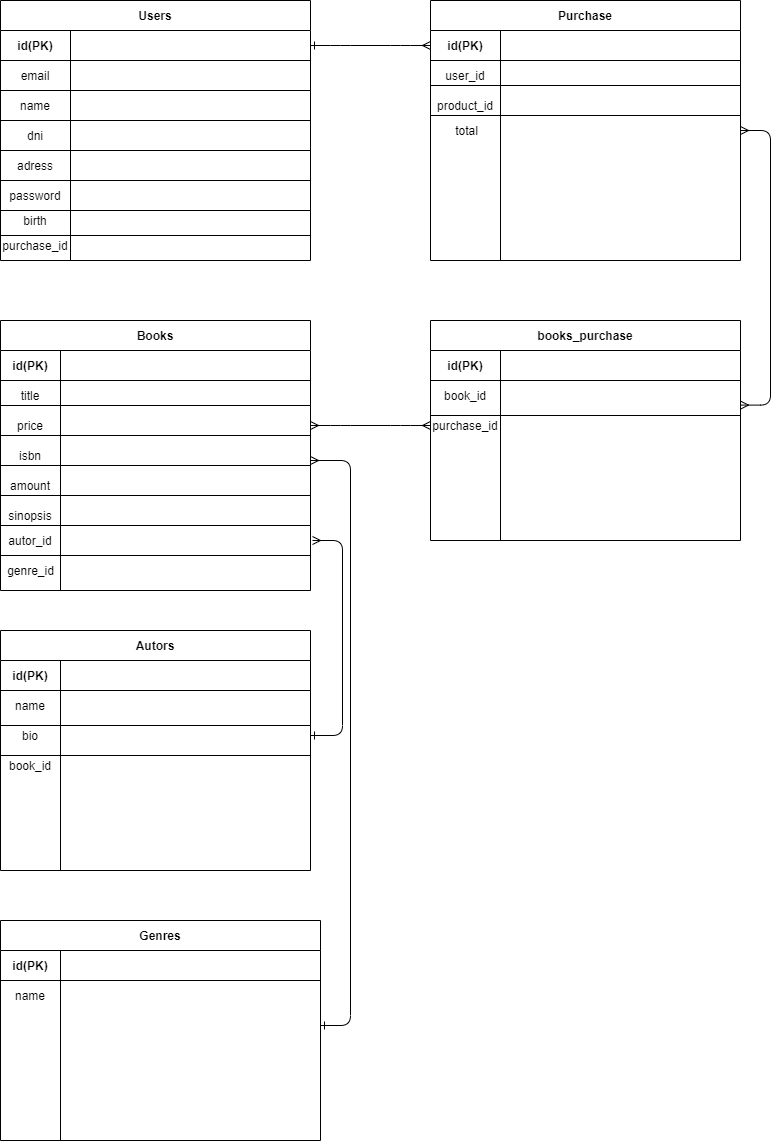
Above: recursos/modeloDB.png in agusmfranco/grupo_5_ecommerce (draw.io), before the change. Source tidied: cells renumbered, new cells last; positions are measured from the earlier drawing's top-left corner, leaving out a move shared by most shapes.
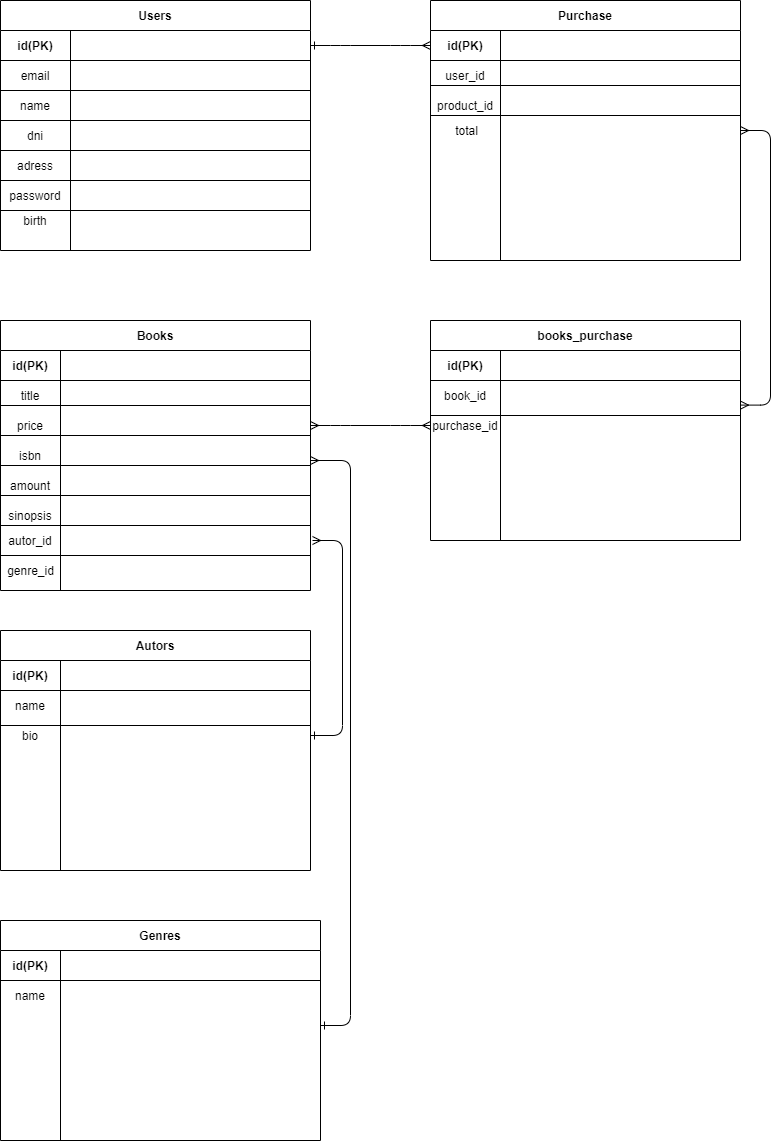
The same diagram one commit later.

Diff of the diagram source:
```diff
@@ -3,7 +3,7 @@
     <mxCell id="0" />
     <mxCell id="1" parent="0" />
     <mxCell id="2" value="Users" style="shape=table;startSize=30;rowLines=0;fontStyle=1;align=center;" parent="1" vertex="1">
-      <mxGeometry width="310" height="260" as="geometry" />
+      <mxGeometry width="310" height="250" as="geometry" />
     </mxCell>
     <mxCell id="3" style="shape=partialRectangle;fillColor=none;points=[[0,0.5],[1,0.5]];portConstraint=eastwest;top=0;left=0;right=0;bottom=1;" parent="2" vertex="1">
       <mxGeometry y="30" width="310" height="30" as="geometry" />
@@ -69,13 +69,13 @@
       <mxGeometry x="70" width="240" height="20" as="geometry" />
     </mxCell>
     <mxCell id="24" style="shape=partialRectangle;top=0;left=0;right=0;bottom=0;fillColor=none;" parent="2" vertex="1">
-      <mxGeometry y="230" width="310" height="30" as="geometry" />
+      <mxGeometry y="230" width="310" height="20" as="geometry" />
     </mxCell>
-    <mxCell id="25" value="purchase_id" style="shape=partialRectangle;overflow=hidden;fillColor=none;top=0;left=0;bottom=0;right=0;" parent="24" vertex="1">
-      <mxGeometry width="70" height="30" as="geometry" />
+    <mxCell id="25" style="shape=partialRectangle;overflow=hidden;fillColor=none;top=0;left=0;bottom=0;right=0;" parent="24" vertex="1">
+      <mxGeometry width="70" height="20" as="geometry" />
     </mxCell>
     <mxCell id="26" style="shape=partialRectangle;overflow=hidden;fillColor=none;top=0;left=0;bottom=0;right=0;align=left;spacingLeft=6;" parent="24" vertex="1">
-      <mxGeometry x="70" width="240" height="30" as="geometry" />
+      <mxGeometry x="70" width="240" height="20" as="geometry" />
     </mxCell>
     <mxCell id="27" value="Genres" style="shape=table;startSize=30;rowLines=0;fontStyle=1;align=center;strokeColor=#000000;" parent="1" vertex="1">
       <mxGeometry y="920" width="320" height="220" as="geometry" />
@@ -149,7 +149,7 @@
     <mxCell id="50" style="shape=partialRectangle;fillColor=none;top=0;left=0;bottom=0;right=0;" parent="40" vertex="1">
       <mxGeometry y="120" width="310" height="30" as="geometry" />
     </mxCell>
-    <mxCell id="51" value="book_id" style="shape=partialRectangle;fillColor=none;top=0;left=0;bottom=0;right=0;overflow=hidden;" parent="50" vertex="1">
+    <mxCell id="51" style="shape=partialRectangle;fillColor=none;top=0;left=0;bottom=0;right=0;overflow=hidden;" parent="50" vertex="1">
       <mxGeometry width="60" height="30" as="geometry" />
     </mxCell>
     <mxCell id="52" style="shape=partialRectangle;fillColor=none;top=0;left=0;bottom=0;right=0;align=left;spacingLeft=6;overflow=hidden;" parent="50" vertex="1">
@@ -251,15 +251,9 @@
     <mxCell id="84" style="shape=partialRectangle;fillColor=none;top=0;left=0;bottom=0;right=0;align=left;spacingLeft=6;overflow=hidden;" parent="82" vertex="1">
       <mxGeometry x="60" width="250" height="20" as="geometry" />
     </mxCell>
-    <mxCell id="85" style="line;strokeWidth=1;html=1;fillColor=none;" parent="1" vertex="1">
-      <mxGeometry y="230" width="310" height="10" as="geometry" />
-    </mxCell>
     <mxCell id="86" style="line;strokeWidth=1;html=1;fillColor=none;" parent="1" vertex="1">
       <mxGeometry x="430" y="80" width="310" height="10" as="geometry" />
     </mxCell>
-    <mxCell id="87" style="line;strokeWidth=1;html=1;fillColor=none;" parent="1" vertex="1">
-      <mxGeometry y="750" width="310" height="10" as="geometry" />
-    </mxCell>
     <mxCell id="88" style="line;strokeWidth=1;html=1;fillColor=none;" parent="1" vertex="1">
       <mxGeometry y="400" width="310" height="10" as="geometry" />
     </mxCell>
```
